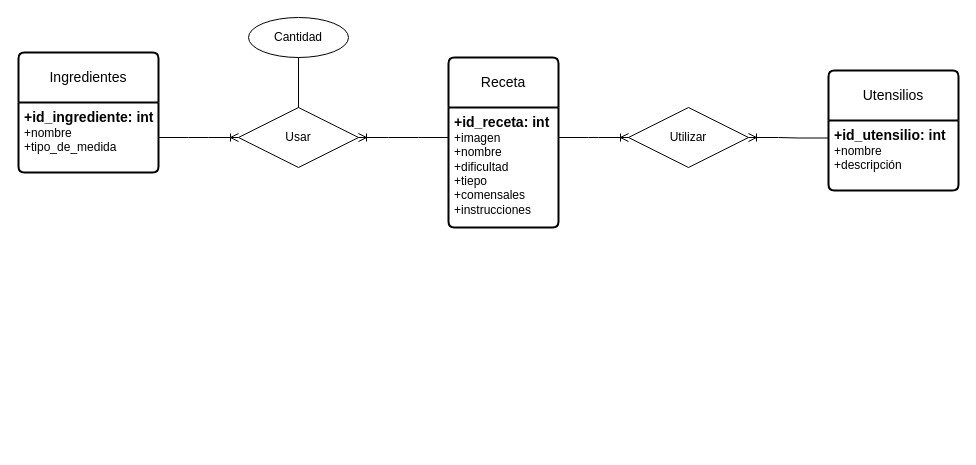
Earlier version of the draw.io diagram ejercicio9.drawio (AsierGArranz/aga-sru-sa-t-UD12DiagramaER-11102023). Source tidied: cells renumbered, new cells numbered last; positions are measured from the earlier drawing's top-left corner, leaving out a move shared by most shapes. Both pictures are drawn from the tidied source at 100%, with x=0, y=0 at pixel (-2, 17).
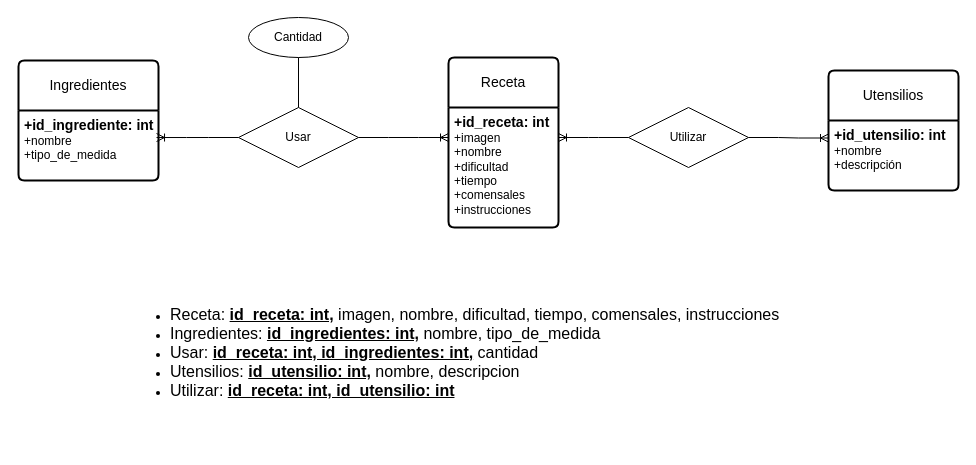
The same diagram, later.

The change refers to these unchanged cells:
```xml
<mxCell id="2" value="Receta" style="swimlane;horizontal=1;startSize=50;rounded=1;fontSize=14;fontStyle=0;strokeWidth=2;shadow=0;dashed=0;align=center;arcSize=4;whiteSpace=wrap;html=1;" parent="1" vertex="1">
  <mxGeometry x="450" y="40" width="110" height="170" as="geometry" />
</mxCell>
<mxCell id="5" value="&lt;font style=&quot;font-size: 14px;&quot;&gt;&lt;b&gt;+id_ingrediente: int&lt;/b&gt;&lt;/font&gt;&lt;br&gt;+nombre&lt;br&gt;+tipo_de_medida" style="align=left;strokeColor=none;fillColor=none;spacingLeft=4;fontSize=12;verticalAlign=top;html=1;" parent="4" vertex="1">
  <mxGeometry y="50" width="140" height="70" as="geometry" />
</mxCell>
<mxCell id="6" value="Usar" style="shape=rhombus;perimeter=rhombusPerimeter;whiteSpace=wrap;html=1;align=center;" parent="1" vertex="1">
  <mxGeometry x="240" y="90" width="120" height="60" as="geometry" />
</mxCell>
<mxCell id="12" value="&lt;font style=&quot;font-size: 14px;&quot;&gt;&lt;b&gt;+id_utensilio: int&lt;/b&gt;&lt;/font&gt;&lt;br&gt;+nombre&lt;br&gt;+descripción" style="align=left;strokeColor=none;fillColor=none;spacingLeft=4;fontSize=12;verticalAlign=top;html=1;" parent="11" vertex="1">
  <mxGeometry y="50" width="130" height="70" as="geometry" />
</mxCell>
<mxCell id="13" value="Utilizar" style="shape=rhombus;perimeter=rhombusPerimeter;whiteSpace=wrap;html=1;align=center;" parent="1" vertex="1">
  <mxGeometry x="630" y="90" width="120" height="60" as="geometry" />
</mxCell>
```

Diff of the diagram source:
```diff
@@
-    <mxCell id="3" value="&lt;font style=&quot;font-size: 14px;&quot;&gt;&lt;b&gt;+id_receta: int&lt;/b&gt;&lt;/font&gt;&lt;br&gt;+imagen&lt;br&gt;+nombre&lt;br&gt;+dificultad&lt;br&gt;+tiepo&lt;br&gt;+comensales&lt;br&gt;+instrucciones" style="align=left;strokeColor=none;fillColor=none;spacingLeft=4;fontSize=12;verticalAlign=top;html=1;" parent="2" vertex="1">
+    <mxCell id="3" value="&lt;font style=&quot;font-size: 14px;&quot;&gt;&lt;b&gt;+id_receta: int&lt;/b&gt;&lt;/font&gt;&lt;br&gt;+imagen&lt;br&gt;+nombre&lt;br&gt;+dificultad&lt;br&gt;+tiempo&lt;br&gt;+comensales&lt;br&gt;+instrucciones" style="align=left;strokeColor=none;fillColor=none;spacingLeft=4;fontSize=12;verticalAlign=top;html=1;" parent="2" vertex="1">
       <mxGeometry y="50" width="110" height="120" as="geometry" />
     </mxCell>
     <mxCell id="4" value="Ingredientes" style="swimlane;horizontal=1;startSize=50;rounded=1;fontSize=14;fontStyle=0;strokeWidth=2;shadow=0;dashed=0;align=center;arcSize=4;whiteSpace=wrap;html=1;" parent="1" vertex="1">
-      <mxGeometry x="20" y="35" width="140" height="120" as="geometry" />
+      <mxGeometry x="20" y="43" width="140" height="120" as="geometry" />
     </mxCell>
@@
-    <mxCell id="9" style="edgeStyle=entityRelationEdgeStyle;fontSize=12;html=1;endArrow=ERoneToMany;rounded=0;exitX=0;exitY=0.25;exitDx=0;exitDy=0;entryX=1;entryY=0.5;entryDx=0;entryDy=0;" parent="1" edge="1" source="3" target="6">
+    <mxCell id="9" style="edgeStyle=entityRelationEdgeStyle;fontSize=12;html=1;endArrow=ERoneToMany;rounded=0;exitX=0;exitY=0.5;exitDx=0;exitDy=0;entryX=0.986;entryY=0.386;entryDx=0;entryDy=0;entryPerimeter=0;" parent="1" edge="1" source="6" target="5">
       <mxGeometry relative="1" as="geometry">
         <Array as="points">
-          <mxPoint x="180" y="110" />
-          <mxPoint x="190" y="160" />
-          <mxPoint x="140" y="140" />
+          <mxPoint x="50" y="170" />
+          <mxPoint x="60" y="220" />
+          <mxPoint x="10" y="200" />
         </Array>
       </mxGeometry>
     </mxCell>
-    <mxCell id="10" style="edgeStyle=entityRelationEdgeStyle;fontSize=12;html=1;endArrow=ERoneToMany;rounded=0;exitX=1;exitY=0.5;exitDx=0;exitDy=0;entryX=0;entryY=0.5;entryDx=0;entryDy=0;" parent="1" edge="1" source="5" target="6">
+    <mxCell id="10" style="edgeStyle=entityRelationEdgeStyle;fontSize=12;html=1;endArrow=ERoneToMany;rounded=0;exitX=1;exitY=0.5;exitDx=0;exitDy=0;" parent="1" edge="1" source="6">
       <mxGeometry relative="1" as="geometry">
+        <mxPoint x="450" y="120" as="targetPoint" />
         <Array as="points">
-          <mxPoint x="40" y="40" />
-          <mxPoint x="80" y="60" />
-          <mxPoint x="50" y="90" />
-          <mxPoint y="70" />
+          <mxPoint x="100" y="130" />
+          <mxPoint x="140" y="150" />
+          <mxPoint x="110" y="180" />
+          <mxPoint x="60" y="160" />
         </Array>
       </mxGeometry>
     </mxCell>
@@
-    <mxCell id="14" style="edgeStyle=entityRelationEdgeStyle;fontSize=12;html=1;endArrow=ERoneToMany;rounded=0;exitX=0;exitY=0.25;exitDx=0;exitDy=0;entryX=1;entryY=0.5;entryDx=0;entryDy=0;" parent="1" edge="1" source="12" target="13">
+    <mxCell id="14" style="edgeStyle=entityRelationEdgeStyle;fontSize=12;html=1;endArrow=ERoneToMany;rounded=0;exitX=0;exitY=0.5;exitDx=0;exitDy=0;entryX=1;entryY=0.25;entryDx=0;entryDy=0;" parent="1" edge="1" source="13" target="3">
       <mxGeometry relative="1" as="geometry">
         <Array as="points">
-          <mxPoint x="320" y="240" />
-          <mxPoint x="330" y="290" />
-          <mxPoint x="280" y="270" />
+          <mxPoint x="160" y="270" />
+          <mxPoint x="170" y="320" />
+          <mxPoint x="120" y="300" />
         </Array>
       </mxGeometry>
     </mxCell>
-    <mxCell id="15" style="edgeStyle=entityRelationEdgeStyle;fontSize=12;html=1;endArrow=ERoneToMany;rounded=0;exitX=1;exitY=0.25;exitDx=0;exitDy=0;entryX=0;entryY=0.5;entryDx=0;entryDy=0;" parent="1" edge="1" source="3" target="13">
+    <mxCell id="15" style="edgeStyle=entityRelationEdgeStyle;fontSize=12;html=1;endArrow=ERoneToMany;rounded=0;exitX=1;exitY=0.5;exitDx=0;exitDy=0;entryX=0;entryY=0.25;entryDx=0;entryDy=0;" parent="1" edge="1" source="13" target="12">
       <mxGeometry relative="1" as="geometry">
         <Array as="points">
-          <mxPoint x="180" y="170" />
-          <mxPoint x="220" y="190" />
-          <mxPoint x="190" y="220" />
-          <mxPoint x="140" y="200" />
+          <mxPoint x="275" y="250" />
+          <mxPoint x="315" y="270" />
+          <mxPoint x="285" y="300" />
+          <mxPoint x="235" y="280" />
         </Array>
       </mxGeometry>
     </mxCell>
+    <mxCell id="16" value="&lt;ul&gt;&lt;li&gt;&lt;font size=&quot;3&quot;&gt;Receta: &lt;u style=&quot;font-weight: bold;&quot;&gt;id_receta: int,&lt;/u&gt;&amp;nbsp;imagen, nombre, dificultad, tiempo, comensales, instrucciones&lt;/font&gt;&lt;/li&gt;&lt;li&gt;&lt;font size=&quot;3&quot;&gt;Ingredientes: &lt;u style=&quot;font-weight: bold;&quot;&gt;id_ingredientes: int,&lt;/u&gt;&amp;nbsp;nombre, tipo_de_medida&lt;/font&gt;&lt;/li&gt;&lt;li&gt;&lt;font size=&quot;3&quot;&gt;Usar: &lt;u style=&quot;font-weight: bold;&quot;&gt;id_receta: int, id_ingredientes: int,&lt;/u&gt;&amp;nbsp;cantidad&lt;/font&gt;&lt;/li&gt;&lt;li&gt;&lt;font size=&quot;3&quot;&gt;Utensilios: &lt;u style=&quot;font-weight: bold;&quot;&gt;id_utensilio: int,&lt;/u&gt;&amp;nbsp;nombre, descripcion&lt;/font&gt;&lt;/li&gt;&lt;li&gt;&lt;font size=&quot;3&quot;&gt;Utilizar: &lt;b&gt;&lt;u&gt;id_receta: int, id_utensilio: int&lt;/u&gt;&lt;/b&gt;&lt;/font&gt;&lt;/li&gt;&lt;/ul&gt;" style="text;strokeColor=none;fillColor=none;html=1;whiteSpace=wrap;verticalAlign=middle;overflow=hidden;" parent="1" vertex="1">
+      <mxGeometry x="130" y="240" width="690" height="190" as="geometry" />
+    </mxCell>
```
